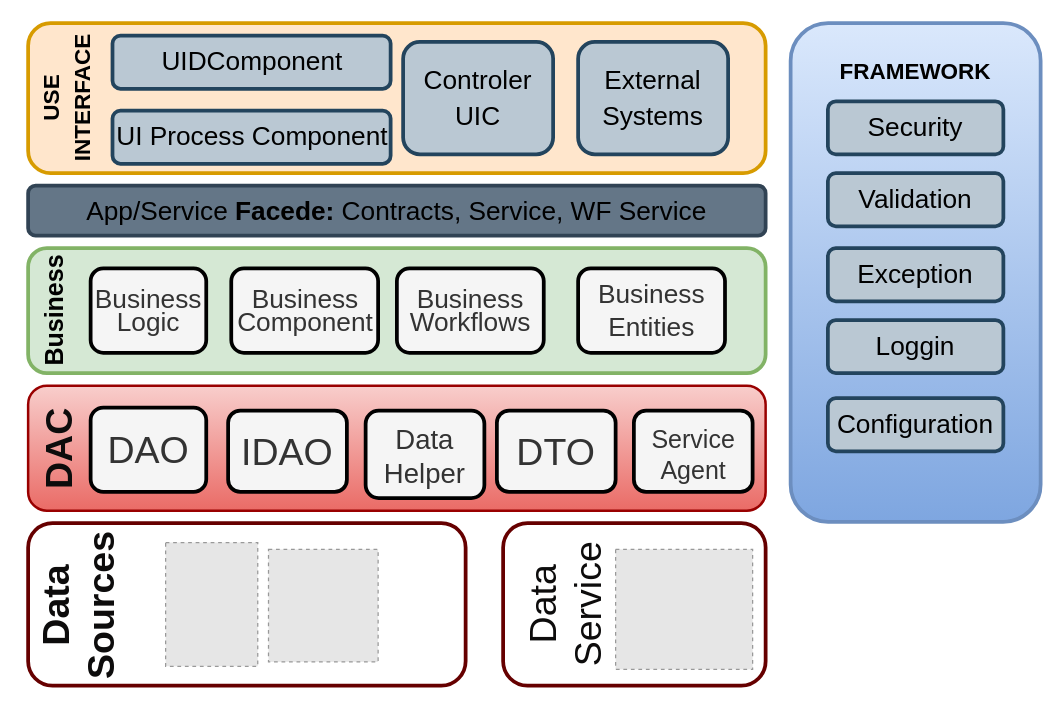
Above: desing/DiagramaArquitectura.drawio in venuzBG/ProyectoFinal (draw.io), before the change. Source tidied: cells renumbered, new cells numbered last; positions are measured from the earlier drawing's top-left corner, leaving out a move shared by most shapes. Both pictures are drawn from the tidied source at 125%, with x=0, y=0 at pixel (-10, 22). Pictures stored in the file or linked from it are replaced by grey dashed boxes.
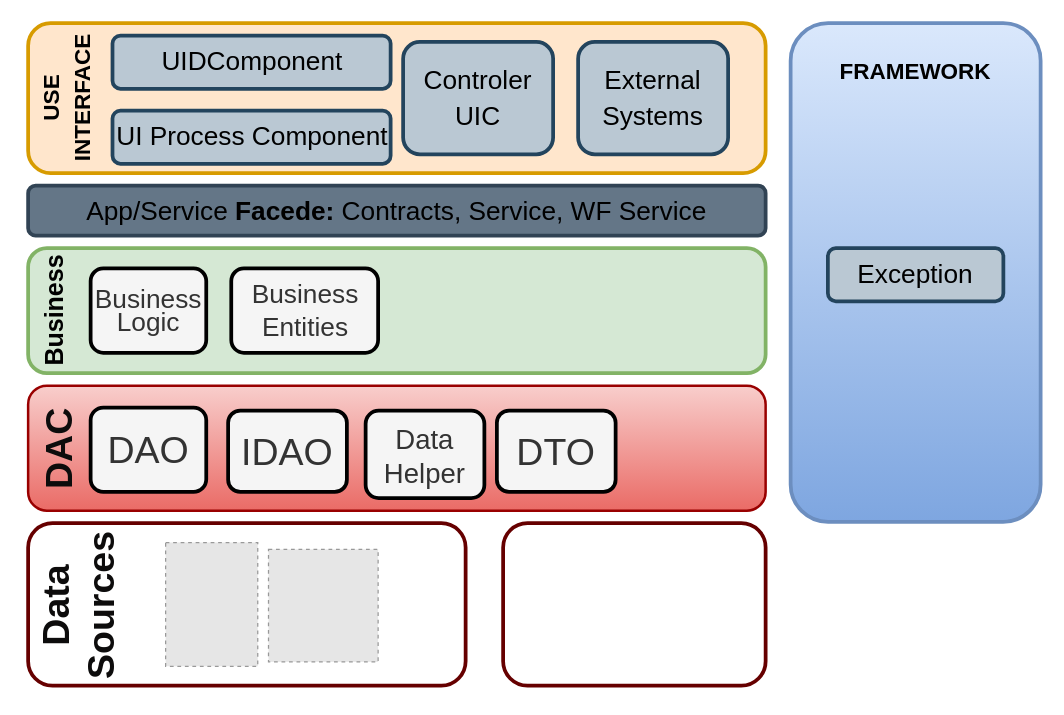
Above is the later version.

Change to the diagram source:
```diff
@@
-    <mxCell id="7" value="&lt;font style=&quot;font-size: 30px;&quot; color=&quot;#0d0c0c&quot;&gt;Data&lt;br&gt;Service&lt;br&gt;&lt;/font&gt;" style="text;html=1;strokeColor=none;fillColor=none;align=center;verticalAlign=middle;whiteSpace=wrap;rounded=0;strokeWidth=4;rotation=-90;" parent="1" vertex="1">
-      <mxGeometry x="390" y="420" width="140" height="90" as="geometry" />
-    </mxCell>
-    <mxCell id="8" style="fillColor=#E6E6E6;strokeColor=#999999;dashed=1;verticalLabelPosition=bottom;labelBackgroundColor=default;verticalAlign=top;" parent="1" vertex="1">
-      <mxGeometry x="500" y="421" width="109.6" height="96" as="geometry" />
-    </mxCell>
@@
-    <mxCell id="15" value="&lt;p style=&quot;line-height: 70%;&quot;&gt;&lt;font style=&quot;font-size: 20px;&quot;&gt;Service&lt;br&gt;Agent&lt;/font&gt;&lt;br&gt;&lt;/p&gt;" style="rounded=1;whiteSpace=wrap;html=1;strokeColor=#000000;strokeWidth=3;fontSize=30;fontColor=#333333;fillColor=#f5f5f5;" parent="1" vertex="1">
-      <mxGeometry x="514.6" y="310" width="95" height="65" as="geometry" />
-    </mxCell>
@@
-    <mxCell id="19" value="&lt;p style=&quot;line-height: 90%; font-size: 21px;&quot;&gt;Business&lt;br&gt;Component&lt;/p&gt;" style="rounded=1;whiteSpace=wrap;html=1;strokeColor=#000000;strokeWidth=3;fontSize=30;fontColor=#333333;fillColor=#f5f5f5;rotation=0;" parent="1" vertex="1">
-      <mxGeometry x="192.5" y="196.2" width="117.5" height="67.5" as="geometry" />
-    </mxCell>
-    <mxCell id="20" value="&lt;p style=&quot;line-height: 90%; font-size: 21px;&quot;&gt;Business&lt;br&gt;Workflows&lt;/p&gt;" style="rounded=1;whiteSpace=wrap;html=1;strokeColor=#000000;strokeWidth=3;fontSize=30;fontColor=#333333;fillColor=#f5f5f5;rotation=0;" parent="1" vertex="1">
-      <mxGeometry x="325" y="196.2" width="117.5" height="67.5" as="geometry" />
-    </mxCell>
     <mxCell id="21" value="&lt;p style=&quot;line-height: 30%; font-size: 21px;&quot;&gt;Business&lt;br&gt;&lt;/p&gt;&lt;p style=&quot;line-height: 30%; font-size: 21px;&quot;&gt;Entities&lt;/p&gt;" style="rounded=1;whiteSpace=wrap;html=1;strokeColor=#000000;strokeWidth=3;fontSize=30;fontColor=#333333;fillColor=#f5f5f5;rotation=0;" parent="1" vertex="1">
-      <mxGeometry x="470" y="196.2" width="117.5" height="67.5" as="geometry" />
+      <mxGeometry x="192.5" y="196.2" width="117.5" height="67.5" as="geometry" />
     </mxCell>
@@
-    <mxCell id="31" value="&lt;p style=&quot;line-height: 90%; font-size: 21px;&quot;&gt;&lt;font color=&quot;#000000&quot;&gt;Security&lt;/font&gt;&lt;/p&gt;" style="rounded=1;whiteSpace=wrap;html=1;strokeColor=#23445d;strokeWidth=3;fontSize=30;fillColor=#bac8d3;rotation=0;" parent="1" vertex="1">
-      <mxGeometry x="669.8" y="62.5" width="140.4" height="42.5" as="geometry" />
-    </mxCell>
-    <mxCell id="32" value="&lt;p style=&quot;line-height: 90%; font-size: 21px;&quot;&gt;&lt;font color=&quot;#000000&quot;&gt;Validation&lt;/font&gt;&lt;/p&gt;" style="rounded=1;whiteSpace=wrap;html=1;strokeColor=#23445d;strokeWidth=3;fontSize=30;fillColor=#bac8d3;rotation=0;" parent="1" vertex="1">
-      <mxGeometry x="669.8" y="120" width="140.4" height="42.5" as="geometry" />
-    </mxCell>
-    <mxCell id="33" value="&lt;p style=&quot;line-height: 90%; font-size: 21px;&quot;&gt;&lt;font color=&quot;#000000&quot;&gt;Loggin&lt;/font&gt;&lt;/p&gt;" style="rounded=1;whiteSpace=wrap;html=1;strokeColor=#23445d;strokeWidth=3;fontSize=30;fillColor=#bac8d3;rotation=0;" parent="1" vertex="1">
-      <mxGeometry x="669.8" y="237.5" width="140.4" height="42.5" as="geometry" />
-    </mxCell>
@@
-    <mxCell id="35" value="&lt;p style=&quot;line-height: 90%; font-size: 21px;&quot;&gt;&lt;font color=&quot;#000000&quot;&gt;Configuration&lt;/font&gt;&lt;/p&gt;" style="rounded=1;whiteSpace=wrap;html=1;strokeColor=#23445d;strokeWidth=3;fontSize=30;fillColor=#bac8d3;rotation=0;" parent="1" vertex="1">
-      <mxGeometry x="669.8" y="300" width="140.4" height="42.5" as="geometry" />
-    </mxCell>
```
